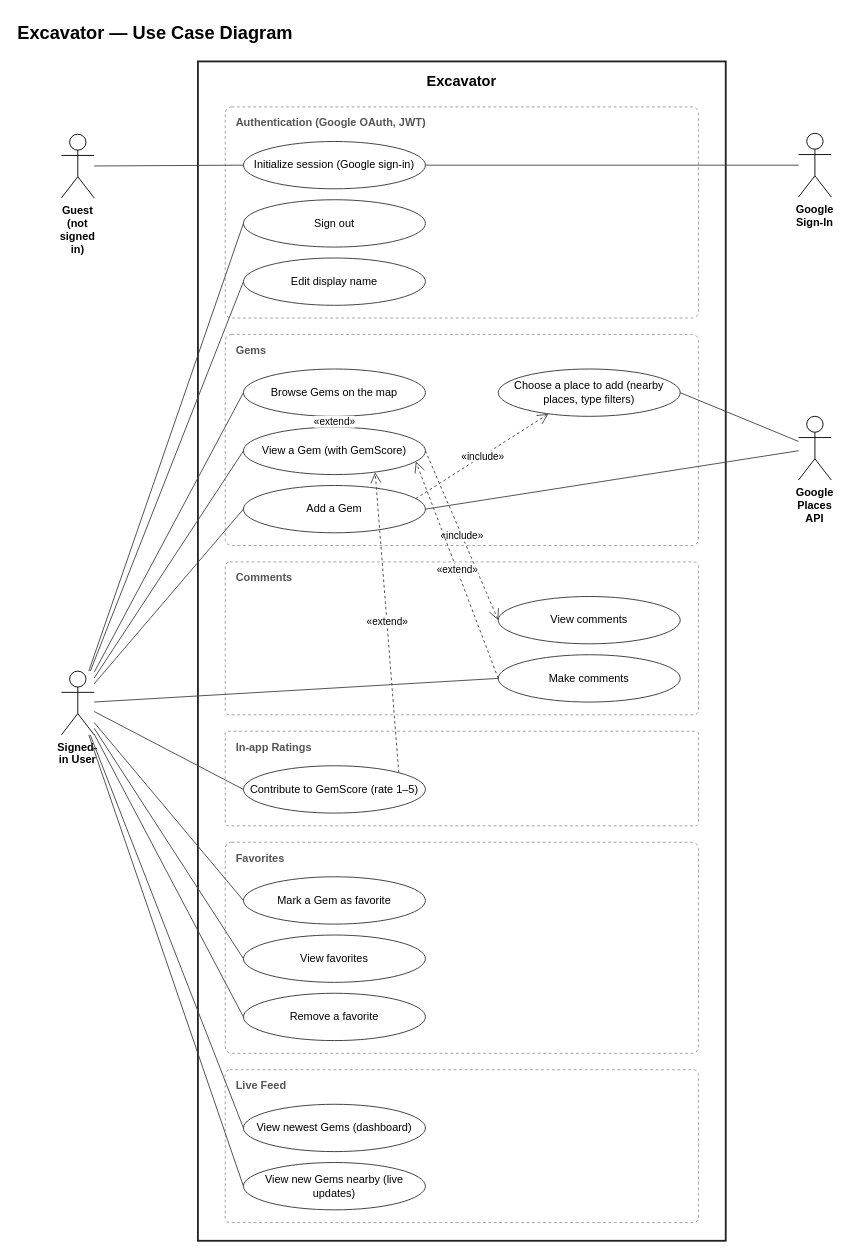
Above: documentation/diagrams/use_case_diagram.drawio in ubc-cpen-321-excavator/excavator (draw.io), before the change. Source tidied: cells renumbered, new cells numbered last; positions are measured from the earlier drawing's top-left corner, leaving out a move shared by most shapes. Both pictures are drawn from the tidied source at 91%, with x=0, y=0 at pixel (15, 15).
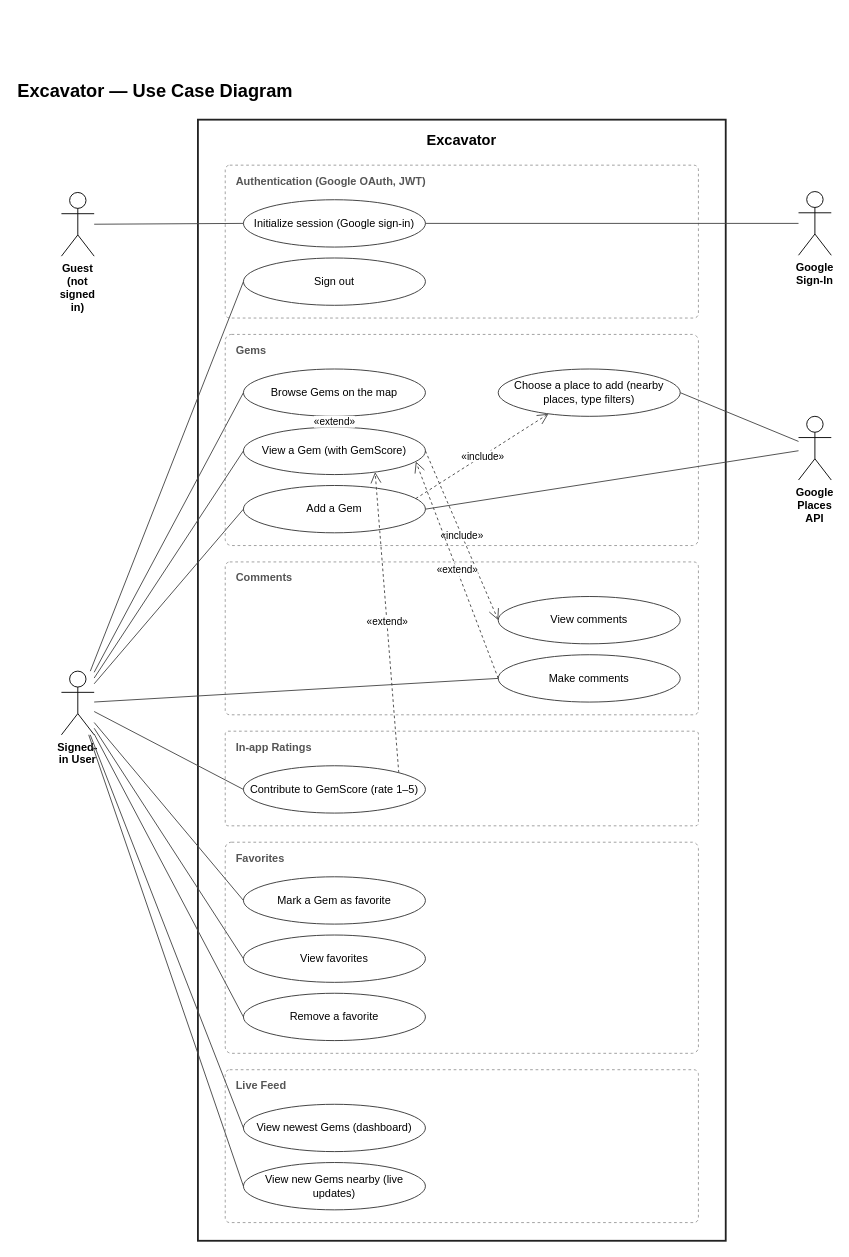
The same page after the edit.

Commit message (it also covers changes not shown here):
docs: remove display name editing from requirements and diagrams

Unchanged cells that the change refers to:
```xml
<mxCell id="26" value="Signed-in User" style="shape=umlActor;verticalLabelPosition=bottom;verticalAlign=top;html=1;outlineConnect=0;fontStyle=1;whiteSpace=wrap;labelBackgroundColor=#FFFFFF;" parent="1" vertex="1">
  <mxGeometry x="50" y="720" width="36" height="70" as="geometry" />
</mxCell>
```

Change to the diagram source:
```diff
@@
     <mxCell id="2" value="Excavator — Use Case Diagram" style="text;html=1;fontSize=20;fontStyle=1;align=left;verticalAlign=middle;" parent="1" vertex="1">
-      <mxGeometry width="500" height="36" as="geometry" />
+      <mxGeometry y="64" width="500" height="36" as="geometry" />
     </mxCell>
     <mxCell id="3" value="Excavator" style="rounded=0;whiteSpace=wrap;html=1;fillColor=none;strokeColor=#222222;strokeWidth=2;verticalAlign=top;fontStyle=1;fontSize=16;spacingTop=6;" parent="1" vertex="1">
-      <mxGeometry x="200" y="50" width="580" height="1296" as="geometry" />
+      <mxGeometry x="200" y="114" width="580" height="1232" as="geometry" />
     </mxCell>
     <mxCell id="4" value="Authentication (Google OAuth, JWT)" style="rounded=1;arcSize=3;dashed=1;fillColor=none;strokeColor=#9A9A9A;fontColor=#555555;verticalAlign=top;align=left;spacingLeft=10;spacingTop=4;fontStyle=1;fontSize=12;html=1;" parent="1" vertex="1">
-      <mxGeometry x="230" y="100" width="520" height="232" as="geometry" />
+      <mxGeometry x="230" y="164" width="520" height="168" as="geometry" />
     </mxCell>
@@
-    <mxCell id="12" value="Edit display name" style="ellipse;whiteSpace=wrap;html=1;fillColor=#FFFFFF;strokeColor=#333333;fontSize=12;" parent="4" vertex="1">
-      <mxGeometry x="20" y="166" width="200" height="52" as="geometry" />
-    </mxCell>
@@
     <mxCell id="25" value="Guest (not signed in)" style="shape=umlActor;verticalLabelPosition=bottom;verticalAlign=top;html=1;outlineConnect=0;fontStyle=1;whiteSpace=wrap;labelBackgroundColor=#FFFFFF;" parent="1" vertex="1">
-      <mxGeometry x="50" y="130" width="36" height="70" as="geometry" />
+      <mxGeometry x="50" y="194" width="36" height="70" as="geometry" />
     </mxCell>
@@
     <mxCell id="27" value="Google Sign-In" style="shape=umlActor;verticalLabelPosition=bottom;verticalAlign=top;html=1;outlineConnect=0;fontStyle=1;whiteSpace=wrap;labelBackgroundColor=#FFFFFF;" parent="1" vertex="1">
-      <mxGeometry x="860" y="129" width="36" height="70" as="geometry" />
+      <mxGeometry x="860" y="193" width="36" height="70" as="geometry" />
     </mxCell>
@@
-    <mxCell id="31" style="endArrow=none;html=1;strokeColor=#444444;entryX=0;entryY=0.5;entryDx=0;entryDy=0;" parent="1" edge="1" source="26" target="12">
-      <mxGeometry relative="1" as="geometry" />
-    </mxCell>
```
